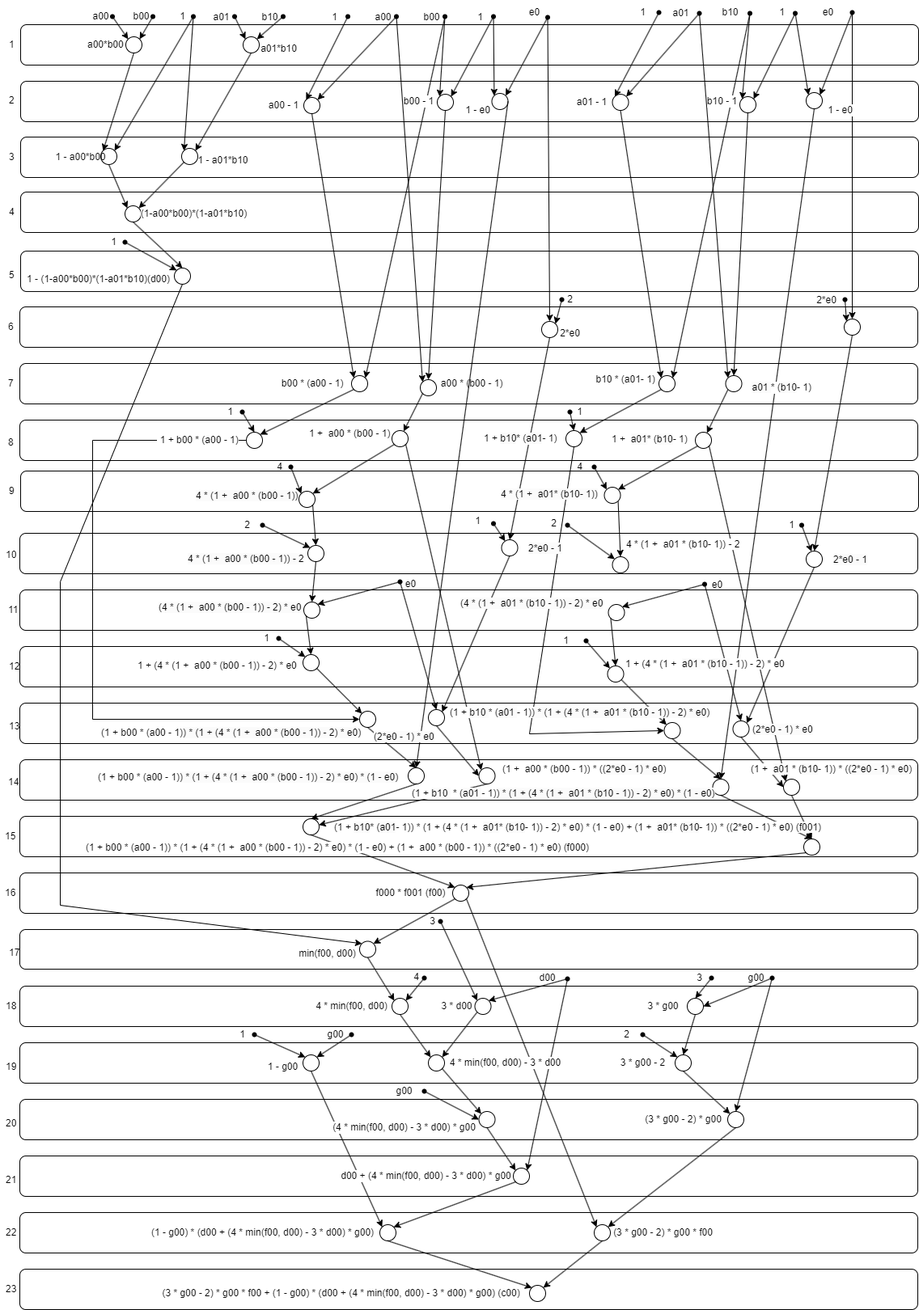
Earlier version of the draw.io export docs/inf_graph.png (AlexeyKharietskiy/MRZVIS). Source tidied: cells renumbered, new cells last; positions are measured from the earlier drawing's top-left corner, leaving out a move shared by most shapes.
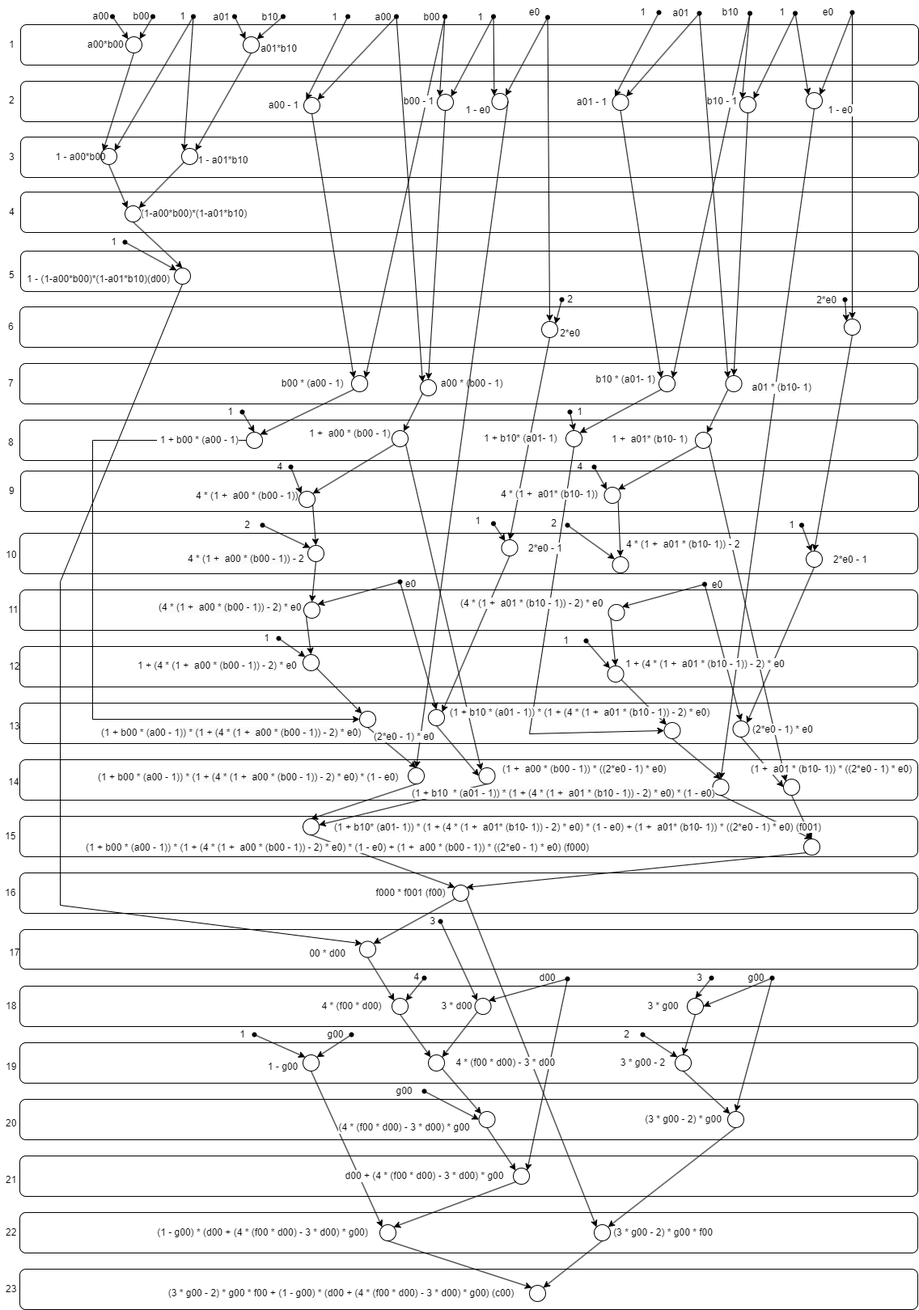
Later version of the same file.

The edit, as a diff of the source:
```diff
@@ -534,14 +534,14 @@
     <mxCell id="176" value="3 * g00" style="text;html=1;align=center;verticalAlign=middle;strokeColor=none;fillColor=none;labelBackgroundColor=default;" parent="1" vertex="1">
       <mxGeometry x="789" y="1229" width="60" height="30" as="geometry" />
     </mxCell>
-    <mxCell id="177" value="min(f00, d00)" style="text;html=1;align=center;verticalAlign=middle;strokeColor=none;fillColor=none;labelBackgroundColor=default;" parent="1" vertex="1">
-      <mxGeometry x="359" y="1164" width="90" height="30" as="geometry" />
+    <mxCell id="177" value="&lt;div&gt;00 * d00&lt;br&gt;&lt;/div&gt;" style="text;html=1;align=center;verticalAlign=middle;strokeColor=none;fillColor=none;labelBackgroundColor=default;" parent="1" vertex="1">
+      <mxGeometry x="369" y="1164" width="70" height="30" as="geometry" />
     </mxCell>
-    <mxCell id="178" value="4 * min(f00, d00)" style="text;html=1;align=center;verticalAlign=middle;strokeColor=none;fillColor=none;labelBackgroundColor=default;" parent="1" vertex="1">
-      <mxGeometry x="379" y="1229" width="110" height="30" as="geometry" />
+    <mxCell id="178" value="4 * (f00 * d00)" style="text;html=1;align=center;verticalAlign=middle;strokeColor=none;fillColor=none;labelBackgroundColor=default;" parent="1" vertex="1">
+      <mxGeometry x="384" y="1229" width="100" height="30" as="geometry" />
     </mxCell>
-    <mxCell id="179" value="4 * min(f00, d00)&amp;nbsp;- 3 * d00" style="text;html=1;align=center;verticalAlign=middle;strokeColor=none;fillColor=none;labelBackgroundColor=default;" parent="1" vertex="1">
-      <mxGeometry x="544" y="1299" width="160" height="30" as="geometry" />
+    <mxCell id="179" value="4 * (f00 * d00)&amp;nbsp;- 3 * d00" style="text;html=1;align=center;verticalAlign=middle;strokeColor=none;fillColor=none;labelBackgroundColor=default;" parent="1" vertex="1">
+      <mxGeometry x="549" y="1299" width="150" height="30" as="geometry" />
     </mxCell>
     <mxCell id="180" value="3 * d00" style="text;html=1;align=center;verticalAlign=middle;strokeColor=none;fillColor=none;labelBackgroundColor=default;" parent="1" vertex="1">
       <mxGeometry x="534" y="1229" width="60" height="30" as="geometry" />
@@ -549,14 +549,14 @@
     <mxCell id="181" value="1 - g00" style="text;html=1;align=center;verticalAlign=middle;strokeColor=none;fillColor=none;labelBackgroundColor=default;" parent="1" vertex="1">
       <mxGeometry x="319" y="1304" width="60" height="30" as="geometry" />
     </mxCell>
-    <mxCell id="182" value="(4 * min(f00, d00)&amp;nbsp;- 3 * d00) * g00" style="text;html=1;align=center;verticalAlign=middle;strokeColor=none;fillColor=none;labelBackgroundColor=default;" parent="1" vertex="1">
-      <mxGeometry x="399" y="1379" width="200" height="30" as="geometry" />
+    <mxCell id="182" value="(4 * (f00 * d00)&amp;nbsp;- 3 * d00) * g00" style="text;html=1;align=center;verticalAlign=middle;strokeColor=none;fillColor=none;labelBackgroundColor=default;" parent="1" vertex="1">
+      <mxGeometry x="404" y="1379" width="190" height="30" as="geometry" />
     </mxCell>
-    <mxCell id="183" value="d00 + (4 * min(f00, d00)&amp;nbsp;- 3 * d00) * g00" style="text;html=1;align=center;verticalAlign=middle;strokeColor=none;fillColor=none;labelBackgroundColor=default;" parent="1" vertex="1">
-      <mxGeometry x="411" y="1439" width="230" height="30" as="geometry" />
+    <mxCell id="183" value="d00 + (4 * (f00 * d00)&amp;nbsp;- 3 * d00) * g00" style="text;html=1;align=center;verticalAlign=middle;strokeColor=none;fillColor=none;labelBackgroundColor=default;" parent="1" vertex="1">
+      <mxGeometry x="414" y="1439" width="220" height="30" as="geometry" />
     </mxCell>
-    <mxCell id="184" value="(1 - g00) * (d00 + (4 * min(f00, d00)&amp;nbsp;- 3 * d00) * g00)" style="text;html=1;align=center;verticalAlign=middle;strokeColor=none;fillColor=none;labelBackgroundColor=default;" parent="1" vertex="1">
-      <mxGeometry x="174" y="1509" width="300" height="30" as="geometry" />
+    <mxCell id="184" value="(1 - g00) * (d00 + (4 * (f00 * d00)&amp;nbsp;- 3 * d00) * g00)" style="text;html=1;align=center;verticalAlign=middle;strokeColor=none;fillColor=none;labelBackgroundColor=default;" parent="1" vertex="1">
+      <mxGeometry x="184" y="1509" width="280" height="30" as="geometry" />
     </mxCell>
     <mxCell id="185" value="3 * g00 - 2" style="text;html=1;align=center;verticalAlign=middle;strokeColor=none;fillColor=none;labelBackgroundColor=default;" parent="1" vertex="1">
       <mxGeometry x="754" y="1299" width="80" height="30" as="geometry" />
@@ -567,8 +567,8 @@
     <mxCell id="187" value="(3 * g00 - 2) * g00 * f00" style="text;html=1;align=center;verticalAlign=middle;strokeColor=none;fillColor=none;labelBackgroundColor=default;" parent="1" vertex="1">
       <mxGeometry x="744" y="1509" width="150" height="30" as="geometry" />
     </mxCell>
-    <mxCell id="188" value="(3 * g00 - 2) * g00 * f00 + (1 - g00) * (d00 + (4 * min(f00, d00)&amp;nbsp;- 3 * d00) * g00) (c00)" style="text;html=1;align=center;verticalAlign=middle;strokeColor=none;fillColor=none;labelBackgroundColor=default;" parent="1" vertex="1">
-      <mxGeometry x="186" y="1584" width="470" height="30" as="geometry" />
+    <mxCell id="188" value="(3 * g00 - 2) * g00 * f00 + (1 - g00) * (d00 + (4 * (f00 * d00)&amp;nbsp;- 3 * d00) * g00) (c00)" style="text;html=1;align=center;verticalAlign=middle;strokeColor=none;fillColor=none;labelBackgroundColor=default;" parent="1" vertex="1">
+      <mxGeometry x="196" y="1584" width="450" height="30" as="geometry" />
     </mxCell>
     <mxCell id="189" style="ellipse;whiteSpace=wrap;html=1;" parent="1" vertex="1">
       <mxGeometry x="484" y="532" width="20" height="20" as="geometry" />
```
